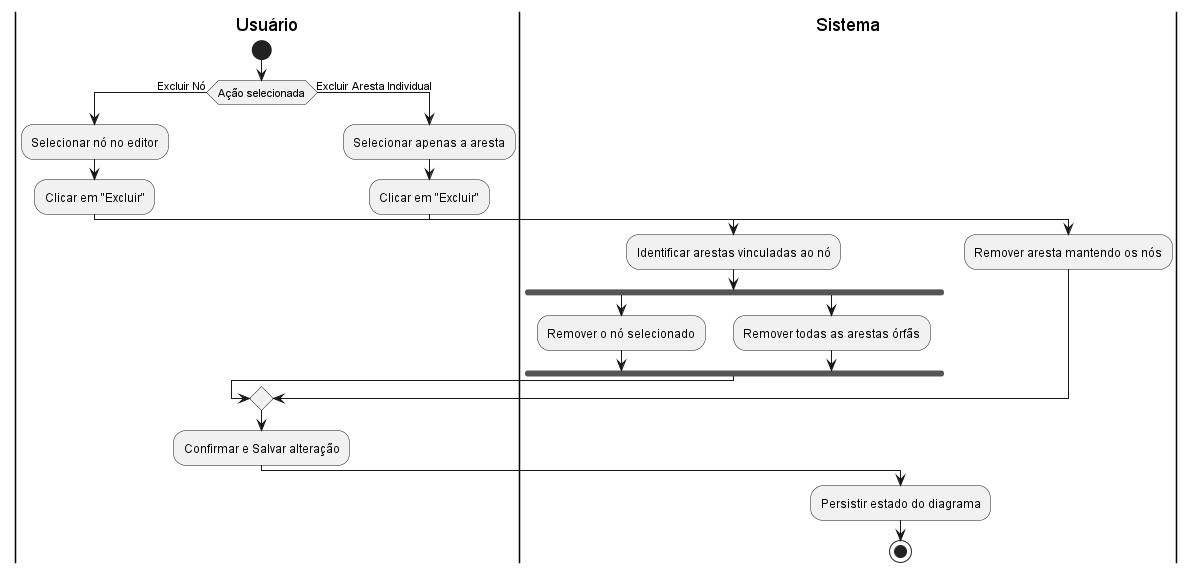
Above: docs/casosUso/imagens/diagramas_atividade/diagrama_UC11.png in aspiringluke/Projeto-Integrado-Mobile (PlantUML), before the change.
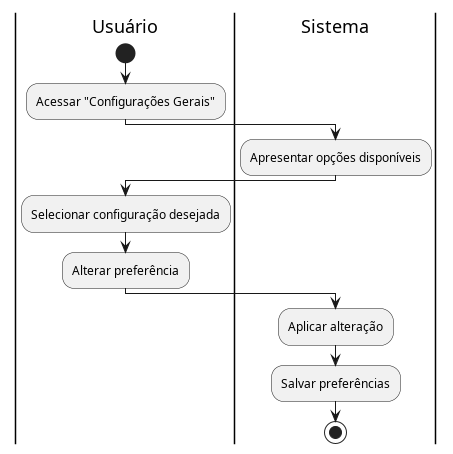
After the commit.

Diff of the diagram source:
```diff
@@ -2,29 +2,19 @@
 
 |Usuário|
 start
+:Acessar "Configurações Gerais";
 
-if (Ação selecionada) then (Excluir Nó)
-  :Selecionar nó no editor;
-  :Clicar em "Excluir";
-  |Sistema|
-  :Identificar arestas vinculadas ao nó;
-  fork
-    :Remover o nó selecionado;
-  fork again
-    :Remover todas as arestas órfãs;
-  end fork
-else (Excluir Aresta Individual)
-  |Usuário|
-  :Selecionar apenas a aresta;
-  :Clicar em "Excluir";
-  |Sistema|
-  :Remover aresta mantendo os nós;
-endif
+|Sistema|
+:Apresentar opções disponíveis;
 
 |Usuário|
-:Confirmar e Salvar alteração;
+:Selecionar configuração desejada;
+:Alterar preferência;
+
 |Sistema|
-:Persistir estado do diagrama;
+:Aplicar alteração;
+
+|Sistema|
+:Salvar preferências;
 stop
-
 @enduml
```
